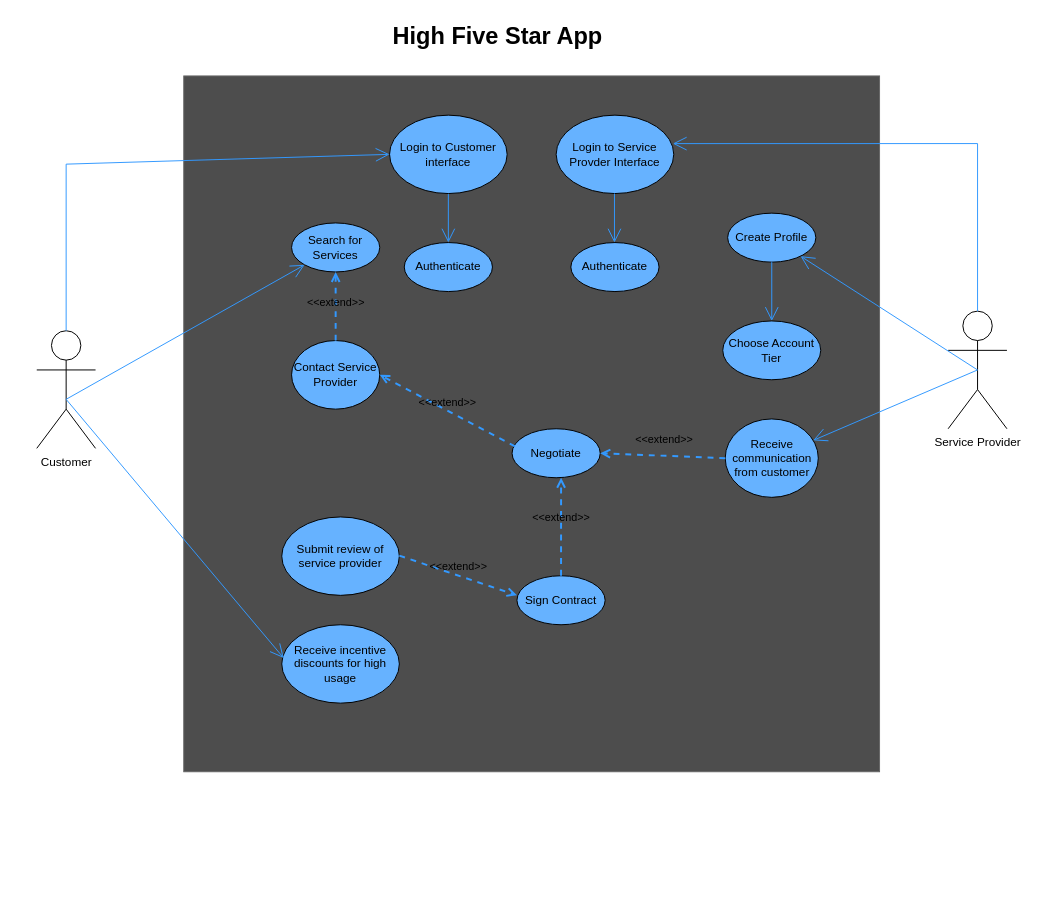
Earlier version of the draw.io diagram AppUseCaseDiagram.drawio (schurch82/High-Five-Star). Source tidied: cells renumbered, new cells numbered last; positions are measured from the earlier drawing's top-left corner, leaving out a move shared by most shapes. Both pictures are drawn from the tidied source at 98%, with x=0, y=0 at pixel (36, 17).
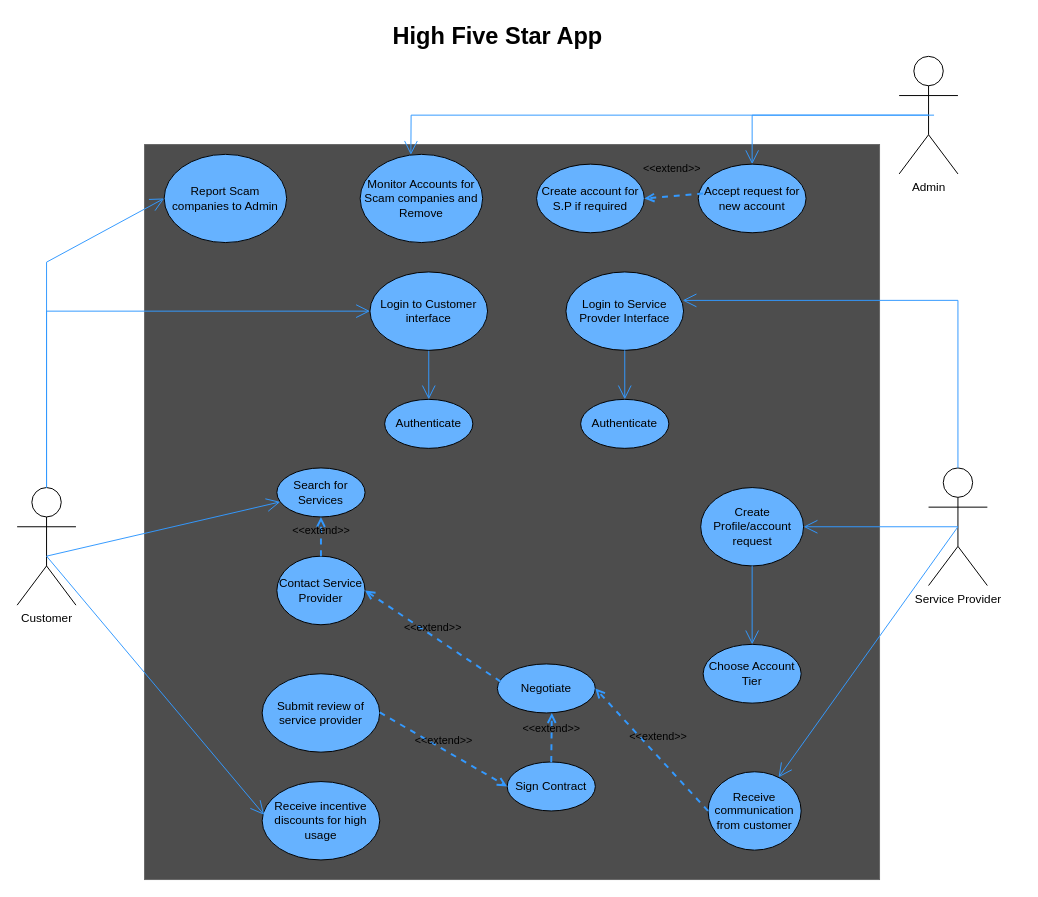
The same diagram, later.

Commit message:
Adds admin actor to use case diagram

The edit, as a diff of the source:
```diff
@@
     <mxCell id="2" style="whiteSpace=wrap;html=1;fillColor=#4D4D4D;strokeColor=#666666;fontColor=#333333;" parent="1" vertex="1">
-      <mxGeometry x="150" y="60" width="710" height="710" as="geometry" />
+      <mxGeometry x="110" y="130" width="750" height="750" as="geometry" />
     </mxCell>
     <mxCell id="3" value="Customer" style="shape=umlActor;verticalLabelPosition=bottom;verticalAlign=top;html=1;outlineConnect=0;" parent="1" vertex="1">
-      <mxGeometry y="320" width="60" height="120" as="geometry" />
+      <mxGeometry x="-20" y="480" width="60" height="120" as="geometry" />
     </mxCell>
     <mxCell id="4" value="Service Provider" style="shape=umlActor;verticalLabelPosition=bottom;verticalAlign=top;html=1;outlineConnect=0;" parent="1" vertex="1">
-      <mxGeometry x="930" y="300" width="60" height="120" as="geometry" />
+      <mxGeometry x="910" y="460" width="60" height="120" as="geometry" />
     </mxCell>
@@
     <mxCell id="6" value="Authenticate" style="ellipse;whiteSpace=wrap;html=1;fillColor=#66B2FF;" parent="1" vertex="1">
-      <mxGeometry x="375" y="230" width="90" height="50" as="geometry" />
+      <mxGeometry x="355" y="390" width="90" height="50" as="geometry" />
     </mxCell>
     <mxCell id="7" value="Search for Services" style="ellipse;whiteSpace=wrap;html=1;fillColor=#66B2FF;" parent="1" vertex="1">
-      <mxGeometry x="260" y="210" width="90" height="50" as="geometry" />
+      <mxGeometry x="245" y="460" width="90" height="50" as="geometry" />
     </mxCell>
     <mxCell id="8" value="Contact Service Provider" style="ellipse;whiteSpace=wrap;html=1;fillColor=#66B2FF;" parent="1" vertex="1">
-      <mxGeometry x="260" y="330" width="90" height="70" as="geometry" />
+      <mxGeometry x="245" y="550" width="90" height="70" as="geometry" />
     </mxCell>
     <mxCell id="9" value="Negotiate" style="ellipse;whiteSpace=wrap;html=1;fillColor=#66B2FF;" parent="1" vertex="1">
-      <mxGeometry x="485" y="420" width="90" height="50" as="geometry" />
+      <mxGeometry x="470" y="660" width="100" height="50" as="geometry" />
     </mxCell>
     <mxCell id="10" value="Sign Contract" style="ellipse;whiteSpace=wrap;html=1;fillColor=#66B2FF;" parent="1" vertex="1">
-      <mxGeometry x="490" y="570" width="90" height="50" as="geometry" />
+      <mxGeometry x="480" y="760" width="90" height="50" as="geometry" />
     </mxCell>
-    <mxCell id="11" value="Create Profile" style="ellipse;whiteSpace=wrap;html=1;fillColor=#66B2FF;" parent="1" vertex="1">
-      <mxGeometry x="705" y="200" width="90" height="50" as="geometry" />
+    <mxCell id="11" value="Create Profile/account request" style="ellipse;whiteSpace=wrap;html=1;fillColor=#66B2FF;" parent="1" vertex="1">
+      <mxGeometry x="677.5" y="480" width="105" height="80" as="geometry" />
     </mxCell>
     <mxCell id="12" value="Choose Account Tier" style="ellipse;whiteSpace=wrap;html=1;fillColor=#66B2FF;" parent="1" vertex="1">
-      <mxGeometry x="700" y="310" width="100" height="60" as="geometry" />
+      <mxGeometry x="680" y="640" width="100" height="60" as="geometry" />
     </mxCell>
     <mxCell id="13" value="Submit review of service provider" style="ellipse;whiteSpace=wrap;html=1;fillColor=#66B2FF;" parent="1" vertex="1">
-      <mxGeometry x="250" y="510" width="120" height="80" as="geometry" />
+      <mxGeometry x="230" y="670" width="120" height="80" as="geometry" />
     </mxCell>
     <mxCell id="14" value="Receive incentive discounts for high usage" style="ellipse;whiteSpace=wrap;html=1;fillColor=#66B2FF;" parent="1" vertex="1">
-      <mxGeometry x="250" y="620" width="120" height="80" as="geometry" />
+      <mxGeometry x="230" y="780" width="120" height="80" as="geometry" />
     </mxCell>
     <mxCell id="15" value="Receive communication from customer" style="ellipse;whiteSpace=wrap;html=1;fillColor=#66B2FF;" parent="1" vertex="1">
-      <mxGeometry x="702.5" y="410" width="95" height="80" as="geometry" />
+      <mxGeometry x="685" y="770" width="95" height="80" as="geometry" />
     </mxCell>
@@
-    <mxCell id="17" style="endArrow=open;endFill=1;endSize=12;html=1;rounded=0;strokeColor=#3399FF;exitX=0.5;exitY=0.583;exitDx=0;exitDy=0;exitPerimeter=0;" parent="1" edge="1" source="3" target="7">
-      <mxGeometry relative="1" as="geometry" />
+    <mxCell id="17" style="endArrow=open;endFill=1;endSize=12;html=1;rounded=0;strokeColor=#3399FF;exitX=0.5;exitY=0.583;exitDx=0;exitDy=0;exitPerimeter=0;" parent="1" edge="1" target="7">
+      <mxGeometry relative="1" as="geometry">
+        <mxPoint x="10" y="550" as="sourcePoint" />
+      </mxGeometry>
     </mxCell>
@@
     <mxCell id="19" style="endArrow=open;endFill=1;endSize=12;html=1;rounded=0;strokeColor=#3399FF;entryX=0.017;entryY=0.425;entryDx=0;entryDy=0;entryPerimeter=0;" parent="1" edge="1" target="14">
       <mxGeometry relative="1" as="geometry">
-        <mxPoint x="30" y="390" as="sourcePoint" />
+        <mxPoint x="10" y="550" as="sourcePoint" />
       </mxGeometry>
     </mxCell>
     <mxCell id="20" style="endArrow=open;endFill=1;endSize=12;html=1;rounded=0;strokeColor=#3399FF;" parent="1" edge="1" target="11">
       <mxGeometry relative="1" as="geometry">
-        <mxPoint x="960" y="360" as="sourcePoint" />
+        <mxPoint x="940" y="520" as="sourcePoint" />
       </mxGeometry>
     </mxCell>
@@
     <mxCell id="22" value="Login to Customer interface" style="ellipse;whiteSpace=wrap;html=1;fillColor=#66B2FF;" parent="1" vertex="1">
-      <mxGeometry x="360" y="100" width="120" height="80" as="geometry" />
+      <mxGeometry x="340" y="260" width="120" height="80" as="geometry" />
     </mxCell>
-    <mxCell id="23" value="&amp;lt;&amp;lt;extend&amp;gt;&amp;gt;" style="html=1;verticalAlign=bottom;labelBackgroundColor=none;endArrow=open;endFill=0;dashed=1;fillColor=#1ba1e2;strokeColor=#3399ff;jumpSize=6;strokeWidth=2;" parent="1" edge="1">
+    <mxCell id="23" value="&amp;lt;&amp;lt;extend&amp;gt;&amp;gt;" style="html=1;verticalAlign=bottom;labelBackgroundColor=none;endArrow=open;endFill=0;dashed=1;fillColor=#1ba1e2;strokeColor=#3399ff;jumpSize=6;strokeWidth=2;entryX=0;entryY=0.5;entryDx=0;entryDy=0;" parent="1" edge="1" target="10">
       <mxGeometry relative="1" as="geometry">
-        <mxPoint x="370" y="549.5" as="sourcePoint" />
-        <mxPoint x="490" y="590" as="targetPoint" />
+        <mxPoint x="350" y="709.5" as="sourcePoint" />
       </mxGeometry>
     </mxCell>
-    <mxCell id="24" value="&amp;lt;&amp;lt;extend&amp;gt;&amp;gt;" style="html=1;verticalAlign=bottom;labelBackgroundColor=none;endArrow=open;endFill=0;dashed=1;fillColor=#1ba1e2;strokeColor=#3399ff;jumpSize=6;strokeWidth=2;entryX=0.556;entryY=1;entryDx=0;entryDy=0;entryPerimeter=0;" parent="1" edge="1" target="9">
-      <mxGeometry relative="1" as="geometry">
-        <mxPoint x="535" y="570" as="sourcePoint" />
-      </mxGeometry>
+    <mxCell id="24" value="&amp;lt;&amp;lt;extend&amp;gt;&amp;gt;" style="html=1;verticalAlign=bottom;labelBackgroundColor=none;endArrow=open;endFill=0;dashed=1;fillColor=#1ba1e2;strokeColor=#3399ff;jumpSize=6;strokeWidth=2;entryX=0.556;entryY=1;entryDx=0;entryDy=0;entryPerimeter=0;exitX=0.5;exitY=0;exitDx=0;exitDy=0;" parent="1" edge="1" source="10" target="9">
+      <mxGeometry relative="1" as="geometry" />
     </mxCell>
@@
     <mxCell id="28" value="Login to Service Provder Interface" style="ellipse;whiteSpace=wrap;html=1;fillColor=#66B2FF;" parent="1" vertex="1">
-      <mxGeometry x="530" y="100" width="120" height="80" as="geometry" />
+      <mxGeometry x="540" y="260" width="120" height="80" as="geometry" />
     </mxCell>
     <mxCell id="29" value="Authenticate" style="ellipse;whiteSpace=wrap;html=1;fillColor=#66B2FF;" parent="1" vertex="1">
-      <mxGeometry x="545" y="230" width="90" height="50" as="geometry" />
+      <mxGeometry x="555" y="390" width="90" height="50" as="geometry" />
     </mxCell>
-    <mxCell id="30" style="endArrow=open;endFill=1;endSize=12;html=1;rounded=0;strokeColor=#3399FF;" parent="1" edge="1">
-      <mxGeometry relative="1" as="geometry">
-        <mxPoint x="589.5" y="180" as="sourcePoint" />
-        <mxPoint x="589.5" y="230" as="targetPoint" />
-      </mxGeometry>
+    <mxCell id="30" style="endArrow=open;endFill=1;endSize=12;html=1;rounded=0;strokeColor=#3399FF;exitX=0.5;exitY=1;exitDx=0;exitDy=0;entryX=0.5;entryY=0;entryDx=0;entryDy=0;" parent="1" edge="1" source="28" target="29">
+      <mxGeometry relative="1" as="geometry" />
     </mxCell>
     <mxCell id="31" style="endArrow=open;endFill=1;endSize=12;html=1;rounded=0;strokeColor=#3399FF;" parent="1" edge="1">
       <mxGeometry relative="1" as="geometry">
-        <mxPoint x="30" y="320" as="sourcePoint" />
-        <mxPoint x="360" y="140" as="targetPoint" />
+        <mxPoint x="10" y="480" as="sourcePoint" />
+        <mxPoint x="340" y="300" as="targetPoint" />
         <Array as="points">
-          <mxPoint x="30" y="150" />
+          <mxPoint x="10" y="300" />
         </Array>
       </mxGeometry>
     </mxCell>
     <mxCell id="32" style="endArrow=open;endFill=1;endSize=12;html=1;rounded=0;strokeColor=#3399FF;exitX=0.5;exitY=0.583;exitDx=0;exitDy=0;exitPerimeter=0;entryX=0.992;entryY=0.363;entryDx=0;entryDy=0;entryPerimeter=0;" parent="1" edge="1" target="28">
       <mxGeometry relative="1" as="geometry">
-        <mxPoint x="960" y="300" as="sourcePoint" />
+        <mxPoint x="940" y="460" as="sourcePoint" />
         <Array as="points">
-          <mxPoint x="960" y="129" />
+          <mxPoint x="940" y="289" />
         </Array>
       </mxGeometry>
     </mxCell>
+    <mxCell id="33" value="Admin" style="shape=umlActor;verticalLabelPosition=bottom;verticalAlign=top;html=1;outlineConnect=0;" parent="1" vertex="1">
+      <mxGeometry x="880" y="40" width="60" height="120" as="geometry" />
+    </mxCell>
+    <mxCell id="34" value="Accept request for new account" style="ellipse;whiteSpace=wrap;html=1;fillColor=#66B2FF;" parent="1" vertex="1">
+      <mxGeometry x="675" y="150" width="110" height="70" as="geometry" />
+    </mxCell>
+    <mxCell id="35" value="Create account for S.P if required" style="ellipse;whiteSpace=wrap;html=1;fillColor=#66B2FF;" parent="1" vertex="1">
+      <mxGeometry x="510" y="150" width="110" height="70" as="geometry" />
+    </mxCell>
+    <mxCell id="36" value="&amp;lt;&amp;lt;extend&amp;gt;&amp;gt;" style="html=1;verticalAlign=bottom;labelBackgroundColor=none;endArrow=open;endFill=0;dashed=1;fillColor=#1ba1e2;strokeColor=#3399ff;jumpSize=6;strokeWidth=2;entryX=1;entryY=0.5;entryDx=0;entryDy=0;exitX=0.045;exitY=0.429;exitDx=0;exitDy=0;exitPerimeter=0;" parent="1" edge="1" source="34" target="35">
+      <mxGeometry x="0.03" y="-19" relative="1" as="geometry">
+        <mxPoint x="1" as="offset" />
+      </mxGeometry>
+    </mxCell>
+    <mxCell id="37" value="Monitor Accounts for Scam companies and Remove" style="ellipse;whiteSpace=wrap;html=1;fillColor=#66B2FF;" parent="1" vertex="1">
+      <mxGeometry x="330" y="140" width="125" height="90" as="geometry" />
+    </mxCell>
+    <mxCell id="38" style="endArrow=open;endFill=1;endSize=12;html=1;rounded=0;strokeColor=#3399FF;entryX=0.414;entryY=0.005;entryDx=0;entryDy=0;entryPerimeter=0;exitX=0.5;exitY=0.5;exitDx=0;exitDy=0;exitPerimeter=0;" parent="1" edge="1" source="33" target="37">
+      <mxGeometry relative="1" as="geometry">
+        <Array as="points">
+          <mxPoint x="382" y="100" />
+        </Array>
+      </mxGeometry>
+    </mxCell>
+    <mxCell id="39" value="Report Scam companies to Admin" style="ellipse;whiteSpace=wrap;html=1;fillColor=#66B2FF;" parent="1" vertex="1">
+      <mxGeometry x="130" y="140" width="125" height="90" as="geometry" />
+    </mxCell>
+    <mxCell id="40" style="endArrow=open;endFill=1;endSize=12;html=1;rounded=0;strokeColor=#3399FF;entryX=0;entryY=0.5;entryDx=0;entryDy=0;" parent="1" edge="1" source="3" target="39">
+      <mxGeometry relative="1" as="geometry">
+        <Array as="points">
+          <mxPoint x="10" y="250" />
+        </Array>
+      </mxGeometry>
+    </mxCell>
+    <mxCell id="41" style="endArrow=open;endFill=1;endSize=12;html=1;rounded=0;strokeColor=#3399FF;entryX=0.5;entryY=0;entryDx=0;entryDy=0;" parent="1" edge="1" target="34">
+      <mxGeometry relative="1" as="geometry">
+        <mxPoint x="915.6" y="100" as="sourcePoint" />
+        <Array as="points">
+          <mxPoint x="730" y="100" />
+        </Array>
+      </mxGeometry>
+    </mxCell>
```
